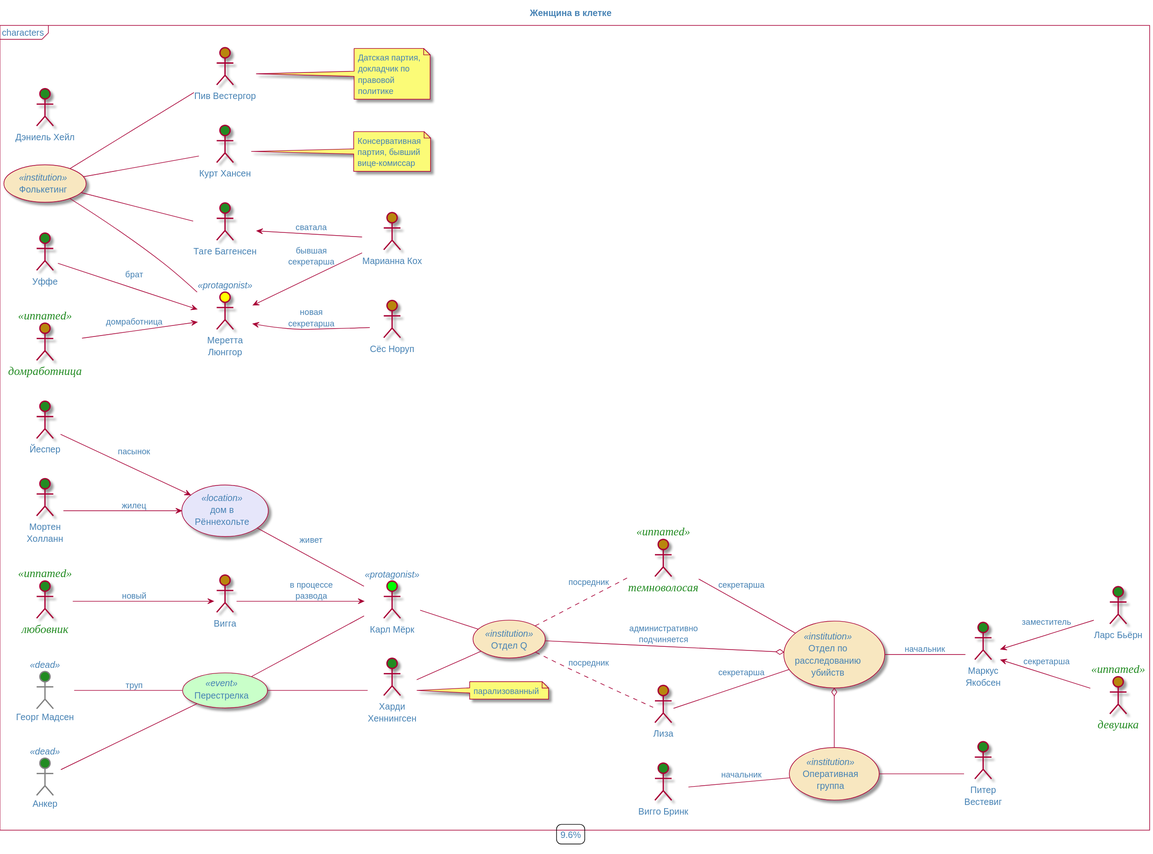
This is adler-olsen/caged_woman-__.svg from olek3/reading, a PlantUML export, as it was before one commit.
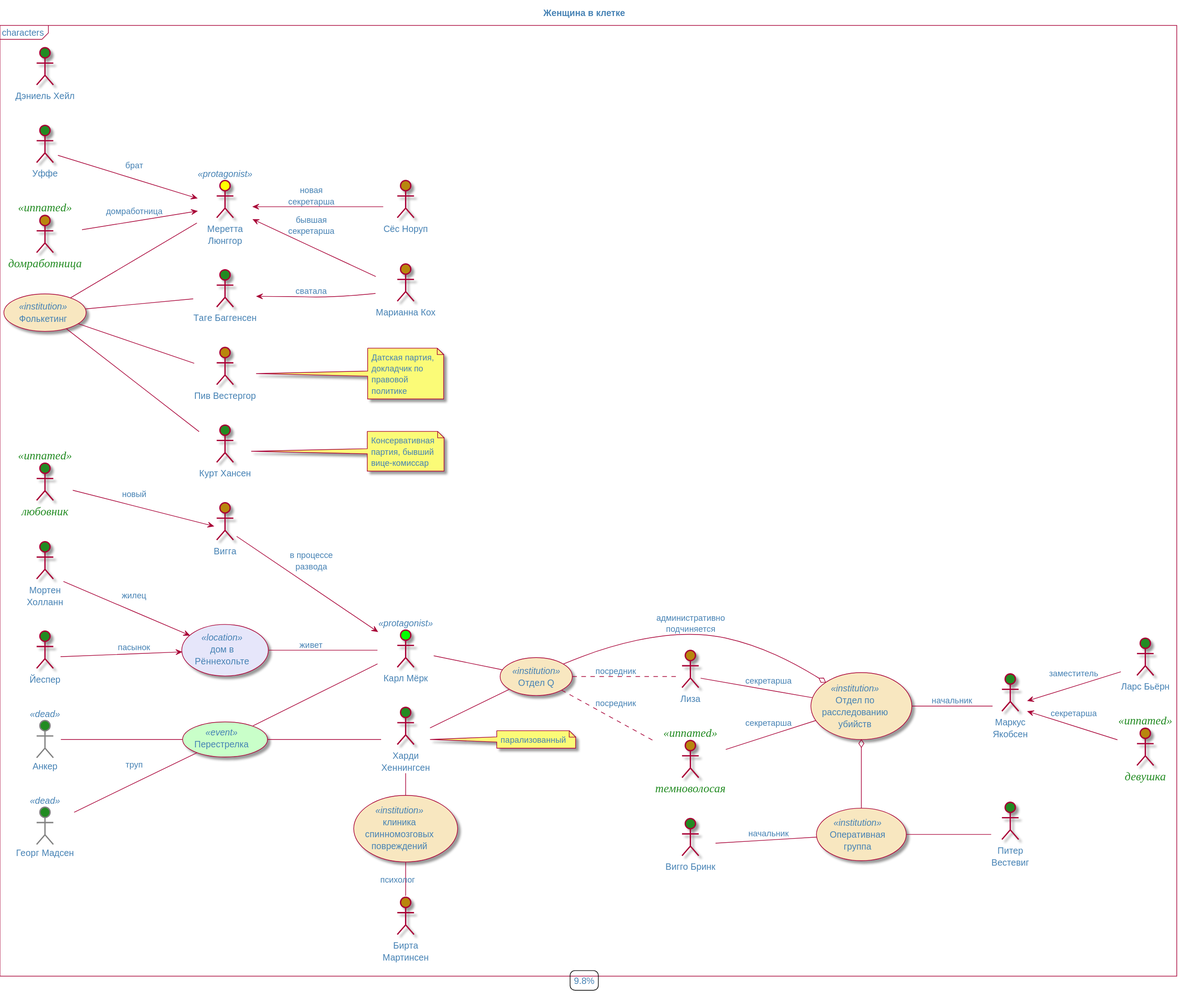
After the change.

Commit message:
клиника - диаграмма

Change to the diagram source:
```diff
@@ -8,7 +8,7 @@
 
 title Женщина в клетке
 mainframe characters
-legend : 9.6%
+legend : 9.8%
 
 :Меретта Люнггор: as caged  $female_protagonist
 
@@ -121,4 +121,12 @@
 
 mediumSecretary1 -- murders : секретарша
 mediumSecretary2 -- murders : секретарша
+
+(клиника спинномозговых повреждений) as clinyc <<institution>>
+
+paralized - clinyc
+
+:Бирта Мартинсен: as birta $female
+
+clinyc - birta : психолог
 @enduml
```
